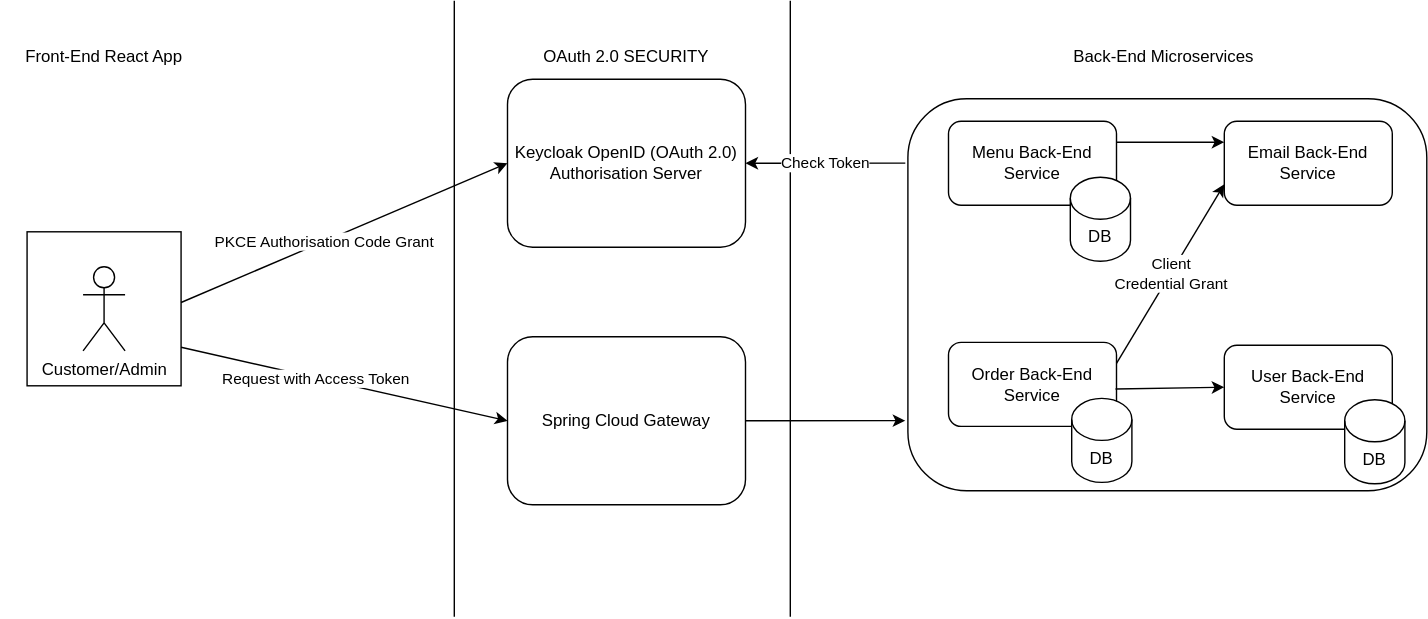
gauravuq/Food-App-Back-End keeps this draw.io diagram as Food App Back-End Domain.svg. Above is the earlier version. Source tidied: cells renumbered, new cells last; positions are measured from the earlier drawing's top-left corner, leaving out a move shared by most shapes.
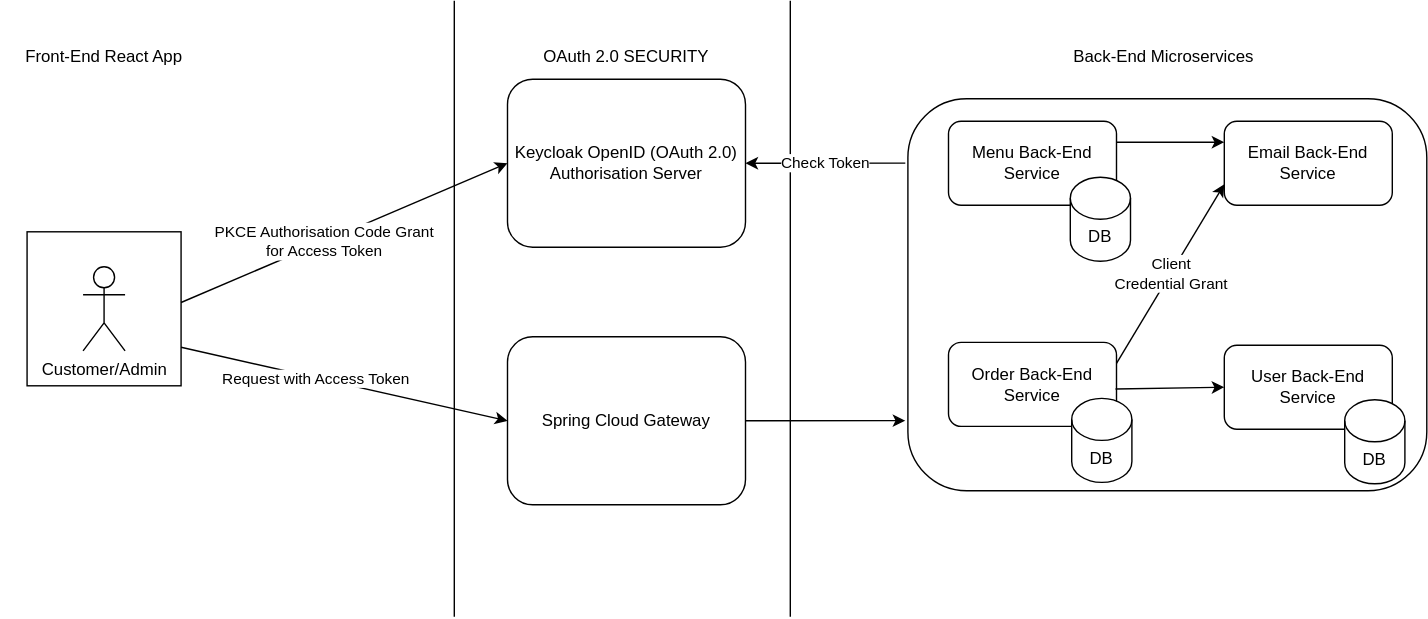
Later version of the same file.

Diff of the diagram source:
```diff
@@ -40,7 +40,7 @@
         <mxPoint x="128.8" y="215.5" as="sourcePoint" />
       </mxGeometry>
     </mxCell>
-    <mxCell id="13" value="PKCE Authorisation Code Grant" style="edgeLabel;html=1;align=center;verticalAlign=middle;" parent="12" vertex="1">
+    <mxCell id="13" value="PKCE Authorisation Code Grant&lt;br&gt;for Access Token" style="edgeLabel;html=1;align=center;verticalAlign=middle;" parent="12" vertex="1">
       <mxGeometry x="-0.12" relative="1" as="geometry" />
     </mxCell>
     <mxCell id="14" value="Customer/Admin" style="shape=umlActor;verticalLabelPosition=bottom;verticalAlign=top;html=1;" parent="1" vertex="1">
```
